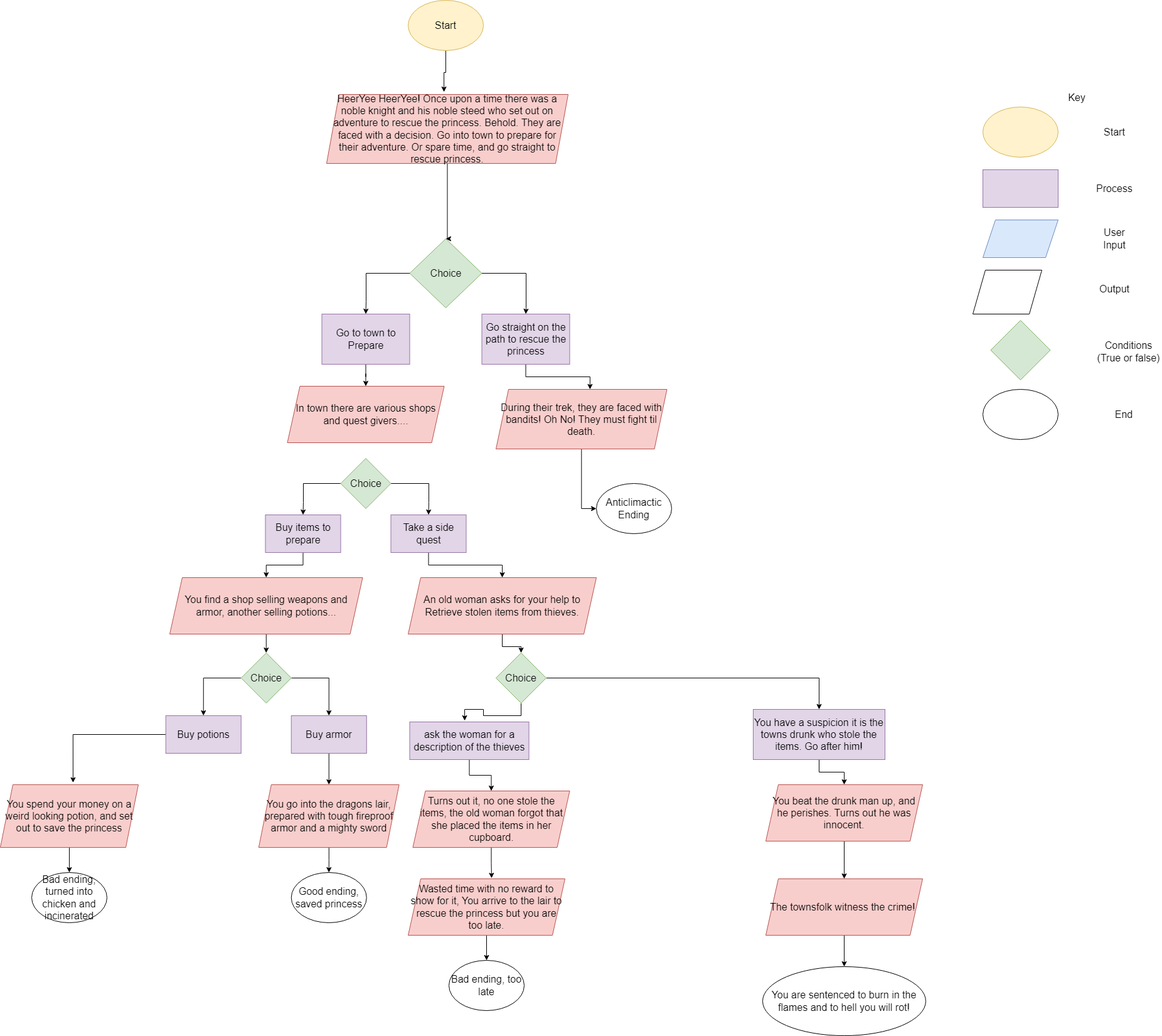
The draw.io diagram Flow Chart/AdventureFlowChart.drawio.png in Valerie4792/adventurepick, before a commit. Source tidied: cells renumbered, new cells last; positions are measured from the earlier drawing's top-left corner, leaving out a move shared by most shapes.
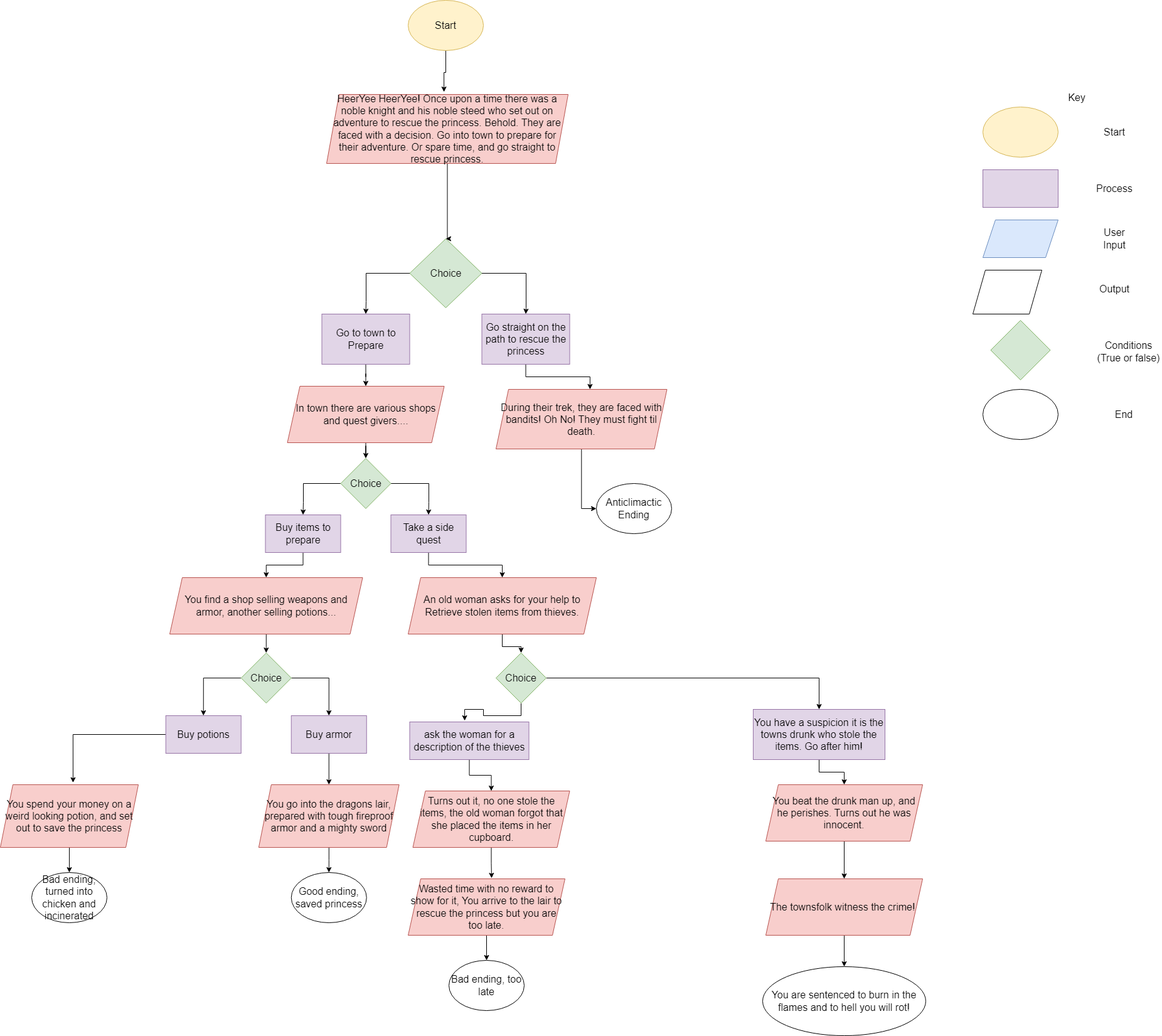
Above is the later version.

Commit message:
fixed the style path again, fixed flowchart

The edit, as a diff of the source:
```diff
@@ -23,6 +23,9 @@
     <mxCell id="8" value="User Input" style="text;html=1;strokeColor=none;fillColor=none;align=center;verticalAlign=middle;whiteSpace=wrap;rounded=0;fontSize=16;" parent="1" vertex="1">
       <mxGeometry x="1746" y="365" width="60" height="30" as="geometry" />
     </mxCell>
+    <mxCell id="71" style="edgeStyle=orthogonalEdgeStyle;rounded=0;jettySize=auto;html=1;" parent="1" edge="1" source="9" target="33">
+      <mxGeometry relative="1" as="geometry" />
+    </mxCell>
     <mxCell id="9" value="In town there are various shops and quest givers...." style="shape=parallelogram;perimeter=parallelogramPerimeter;whiteSpace=wrap;html=1;fixedSize=1;fontSize=16;fillColor=#f8cecc;strokeColor=#b85450;" parent="1" vertex="1">
       <mxGeometry x="457.5" y="615" width="250" height="90" as="geometry" />
     </mxCell>
```
